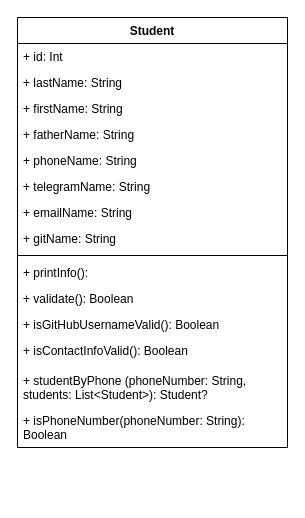
Liri3d/patterns_labs keeps this draw.io diagram as Student_diagram_lab1.drawio. Above is the earlier version. Source tidied: cells renumbered, new cells numbered last; positions are measured from the earlier drawing's top-left corner, leaving out a move shared by most shapes. Both pictures are drawn from the tidied source at 100%, with x=0, y=0 at pixel (17, 17).
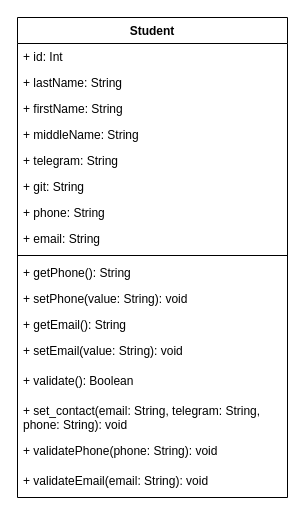
Above is the later version.

Commit message (it also covers changes not shown here):
L3_E1 Класс Student_list_txt

Diff of the diagram source:
```diff
@@
 <mxGraphModel>
   <root>
     <mxCell id="0" />
     <mxCell id="1" parent="0" />
     <mxCell id="2" value="Student" style="swimlane;fontStyle=1;align=center;verticalAlign=top;horizontal=1;startSize=26;whiteSpace=wrap;html=1;" parent="1" vertex="1">
-      <mxGeometry width="270" height="430" as="geometry" />
+      <mxGeometry width="270" height="480" as="geometry" />
     </mxCell>
     <mxCell id="3" value="+ id: Int" style="text;strokeColor=none;fillColor=none;align=left;verticalAlign=top;spacingLeft=4;spacingRight=4;overflow=hidden;whiteSpace=wrap;html=1;" parent="2" vertex="1">
       <mxGeometry y="26" width="270" height="26" as="geometry" />
     </mxCell>
     <mxCell id="4" value="+ lastName: String" style="text;strokeColor=none;fillColor=none;align=left;verticalAlign=top;spacingLeft=4;spacingRight=4;overflow=hidden;whiteSpace=wrap;html=1;" parent="2" vertex="1">
       <mxGeometry y="52" width="270" height="26" as="geometry" />
     </mxCell>
     <mxCell id="5" value="+ firstName: String" style="text;strokeColor=none;fillColor=none;align=left;verticalAlign=top;spacingLeft=4;spacingRight=4;overflow=hidden;whiteSpace=wrap;html=1;" parent="2" vertex="1">
       <mxGeometry y="78" width="270" height="26" as="geometry" />
     </mxCell>
-    <mxCell id="6" value="+ fatherName: String" style="text;strokeColor=none;fillColor=none;align=left;verticalAlign=top;spacingLeft=4;spacingRight=4;overflow=hidden;whiteSpace=wrap;html=1;" parent="2" vertex="1">
+    <mxCell id="6" value="+ middleName: String" style="text;strokeColor=none;fillColor=none;align=left;verticalAlign=top;spacingLeft=4;spacingRight=4;overflow=hidden;whiteSpace=wrap;html=1;" parent="2" vertex="1">
       <mxGeometry y="104" width="270" height="26" as="geometry" />
     </mxCell>
-    <mxCell id="7" value="+ phoneName: String" style="text;strokeColor=none;fillColor=none;align=left;verticalAlign=top;spacingLeft=4;spacingRight=4;overflow=hidden;whiteSpace=wrap;html=1;" parent="2" vertex="1">
+    <mxCell id="7" value="+ telegram: String" style="text;strokeColor=none;fillColor=none;align=left;verticalAlign=top;spacingLeft=4;spacingRight=4;overflow=hidden;whiteSpace=wrap;html=1;" parent="2" vertex="1">
       <mxGeometry y="130" width="270" height="26" as="geometry" />
     </mxCell>
-    <mxCell id="8" value="+ telegramName: String" style="text;strokeColor=none;fillColor=none;align=left;verticalAlign=top;spacingLeft=4;spacingRight=4;overflow=hidden;whiteSpace=wrap;html=1;" parent="2" vertex="1">
+    <mxCell id="8" value="+ git: String" style="text;strokeColor=none;fillColor=none;align=left;verticalAlign=top;spacingLeft=4;spacingRight=4;overflow=hidden;whiteSpace=wrap;html=1;" parent="2" vertex="1">
       <mxGeometry y="156" width="270" height="26" as="geometry" />
     </mxCell>
-    <mxCell id="9" value="+ emailName: String" style="text;strokeColor=none;fillColor=none;align=left;verticalAlign=top;spacingLeft=4;spacingRight=4;overflow=hidden;whiteSpace=wrap;html=1;" parent="2" vertex="1">
+    <mxCell id="9" value="+ phone: String" style="text;strokeColor=none;fillColor=none;align=left;verticalAlign=top;spacingLeft=4;spacingRight=4;overflow=hidden;whiteSpace=wrap;html=1;" parent="2" vertex="1">
       <mxGeometry y="182" width="270" height="26" as="geometry" />
     </mxCell>
-    <mxCell id="10" value="+ gitName: String" style="text;strokeColor=none;fillColor=none;align=left;verticalAlign=top;spacingLeft=4;spacingRight=4;overflow=hidden;whiteSpace=wrap;html=1;" parent="2" vertex="1">
+    <mxCell id="10" value="+ email: String" style="text;strokeColor=none;fillColor=none;align=left;verticalAlign=top;spacingLeft=4;spacingRight=4;overflow=hidden;whiteSpace=wrap;html=1;" parent="2" vertex="1">
       <mxGeometry y="208" width="270" height="26" as="geometry" />
     </mxCell>
     <mxCell id="11" style="line;strokeWidth=1;fillColor=none;align=left;verticalAlign=middle;spacingTop=-1;spacingLeft=3;spacingRight=3;labelPosition=right;strokeColor=inherit;" parent="2" vertex="1">
       <mxGeometry y="234" width="270" height="8" as="geometry" />
     </mxCell>
-    <mxCell id="12" value="+ printInfo():&amp;nbsp;" style="text;strokeColor=none;fillColor=none;align=left;verticalAlign=top;spacingLeft=4;spacingRight=4;overflow=hidden;whiteSpace=wrap;html=1;" parent="2" vertex="1">
+    <mxCell id="12" value="+ getPhone(): String&amp;nbsp;" style="text;strokeColor=none;fillColor=none;align=left;verticalAlign=top;spacingLeft=4;spacingRight=4;overflow=hidden;whiteSpace=wrap;html=1;" parent="2" vertex="1">
       <mxGeometry y="242" width="270" height="26" as="geometry" />
     </mxCell>
-    <mxCell id="13" value="+ validate(): Boolean" style="text;strokeColor=none;fillColor=none;align=left;verticalAlign=top;spacingLeft=4;spacingRight=4;overflow=hidden;whiteSpace=wrap;html=1;" parent="2" vertex="1">
+    <mxCell id="13" value="+ setPhone(value: String): void" style="text;strokeColor=none;fillColor=none;align=left;verticalAlign=top;spacingLeft=4;spacingRight=4;overflow=hidden;whiteSpace=wrap;html=1;" parent="2" vertex="1">
       <mxGeometry y="268" width="270" height="26" as="geometry" />
     </mxCell>
-    <mxCell id="14" value="+ isGitHubUsernameValid(): Boolean" style="text;strokeColor=none;fillColor=none;align=left;verticalAlign=top;spacingLeft=4;spacingRight=4;overflow=hidden;whiteSpace=wrap;html=1;" parent="2" vertex="1">
+    <mxCell id="14" value="+ getEmail(): String" style="text;strokeColor=none;fillColor=none;align=left;verticalAlign=top;spacingLeft=4;spacingRight=4;overflow=hidden;whiteSpace=wrap;html=1;" parent="2" vertex="1">
       <mxGeometry y="294" width="270" height="26" as="geometry" />
     </mxCell>
-    <mxCell id="15" value="+ isContactInfoValid(): Boolean" style="text;strokeColor=none;fillColor=none;align=left;verticalAlign=top;spacingLeft=4;spacingRight=4;overflow=hidden;whiteSpace=wrap;html=1;" parent="2" vertex="1">
+    <mxCell id="15" value="+ setEmail(value: String): void" style="text;strokeColor=none;fillColor=none;align=left;verticalAlign=top;spacingLeft=4;spacingRight=4;overflow=hidden;whiteSpace=wrap;html=1;" parent="2" vertex="1">
       <mxGeometry y="320" width="270" height="30" as="geometry" />
     </mxCell>
+    <mxCell id="18" value="+ validate(): Boolean" style="text;strokeColor=none;fillColor=none;align=left;verticalAlign=top;spacingLeft=4;spacingRight=4;overflow=hidden;whiteSpace=wrap;html=1;" parent="2" vertex="1">
+      <mxGeometry y="350" width="270" height="30" as="geometry" />
+    </mxCell>
-    <mxCell id="16" value="+ studentByPhone&amp;nbsp;&lt;span style=&quot;background-color: initial;&quot;&gt;(phoneNumber: String, students: List&amp;lt;Student&amp;gt;): Student?&lt;/span&gt;" style="text;strokeColor=none;fillColor=none;align=left;verticalAlign=top;spacingLeft=4;spacingRight=4;overflow=hidden;whiteSpace=wrap;html=1;" parent="2" vertex="1">
-      <mxGeometry y="350" width="270" height="40" as="geometry" />
+    <mxCell id="16" value="+ set_contact&lt;span style=&quot;background-color: initial;&quot;&gt;(email: String, telegram: String, phone: String): void&lt;/span&gt;" style="text;strokeColor=none;fillColor=none;align=left;verticalAlign=top;spacingLeft=4;spacingRight=4;overflow=hidden;whiteSpace=wrap;html=1;" parent="2" vertex="1">
+      <mxGeometry y="380" width="270" height="40" as="geometry" />
     </mxCell>
-    <mxCell id="17" value="+ isPhoneNumber(phoneNumber: String): Boolean" style="text;strokeColor=none;fillColor=none;align=left;verticalAlign=top;spacingLeft=4;spacingRight=4;overflow=hidden;whiteSpace=wrap;html=1;" parent="2" vertex="1">
-      <mxGeometry y="390" width="270" height="40" as="geometry" />
+    <mxCell id="17" value="+ validatePhone(phone: String): void" style="text;strokeColor=none;fillColor=none;align=left;verticalAlign=top;spacingLeft=4;spacingRight=4;overflow=hidden;whiteSpace=wrap;html=1;" parent="2" vertex="1">
+      <mxGeometry y="420" width="270" height="30" as="geometry" />
     </mxCell>
+    <mxCell id="19" value="+ validateEmail(email: String): void" style="text;strokeColor=none;fillColor=none;align=left;verticalAlign=top;spacingLeft=4;spacingRight=4;overflow=hidden;whiteSpace=wrap;html=1;" parent="2" vertex="1">
+      <mxGeometry y="450" width="270" height="30" as="geometry" />
+    </mxCell>
   </root>
 </mxGraphModel>
```
